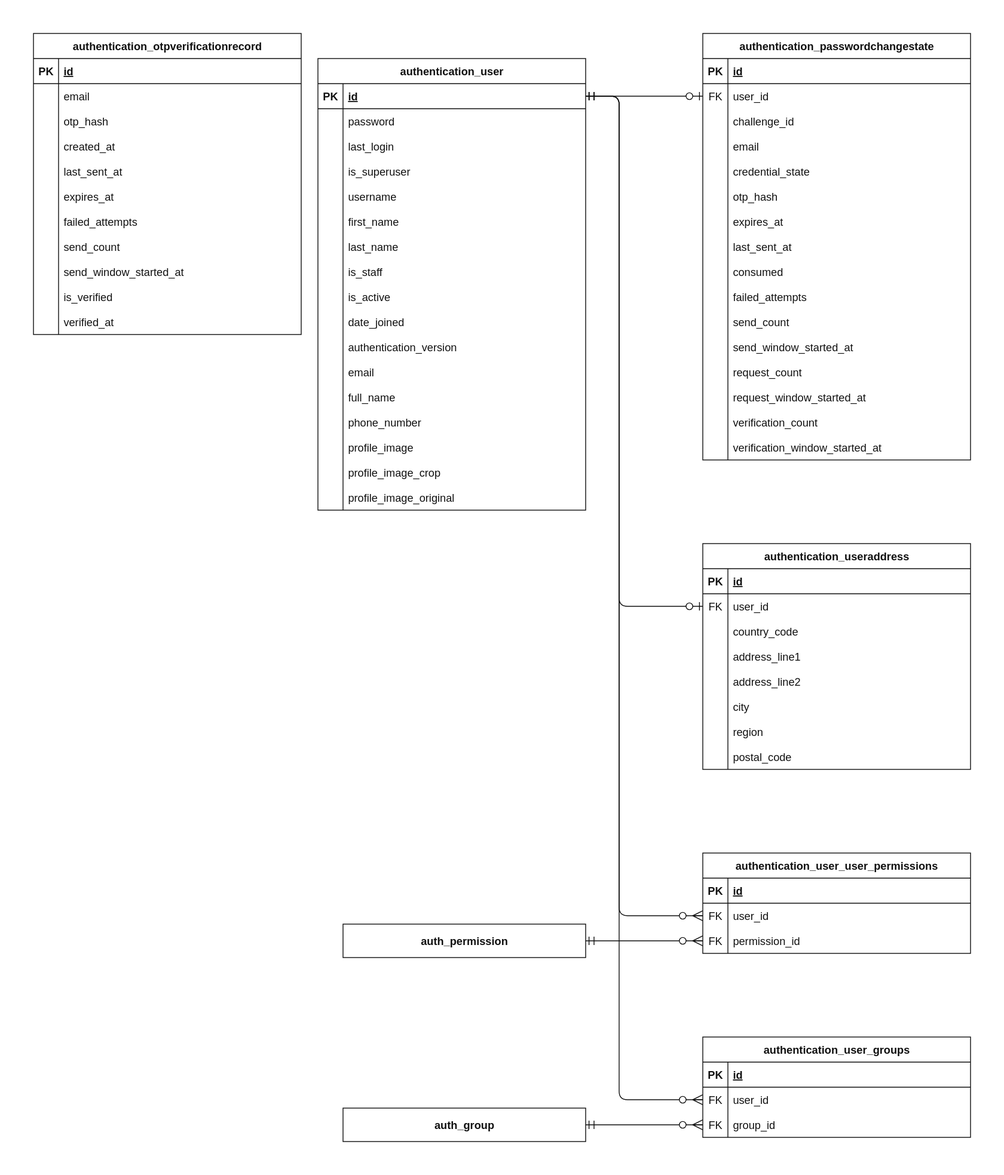
Earlier version of the draw.io export docs/erd/diagrams/authentication.drawio.svg (RHILIUS/E-Commerce-API). Source tidied: cells renumbered, new cells last; positions are measured from the earlier drawing's top-left corner, leaving out a move shared by most shapes.
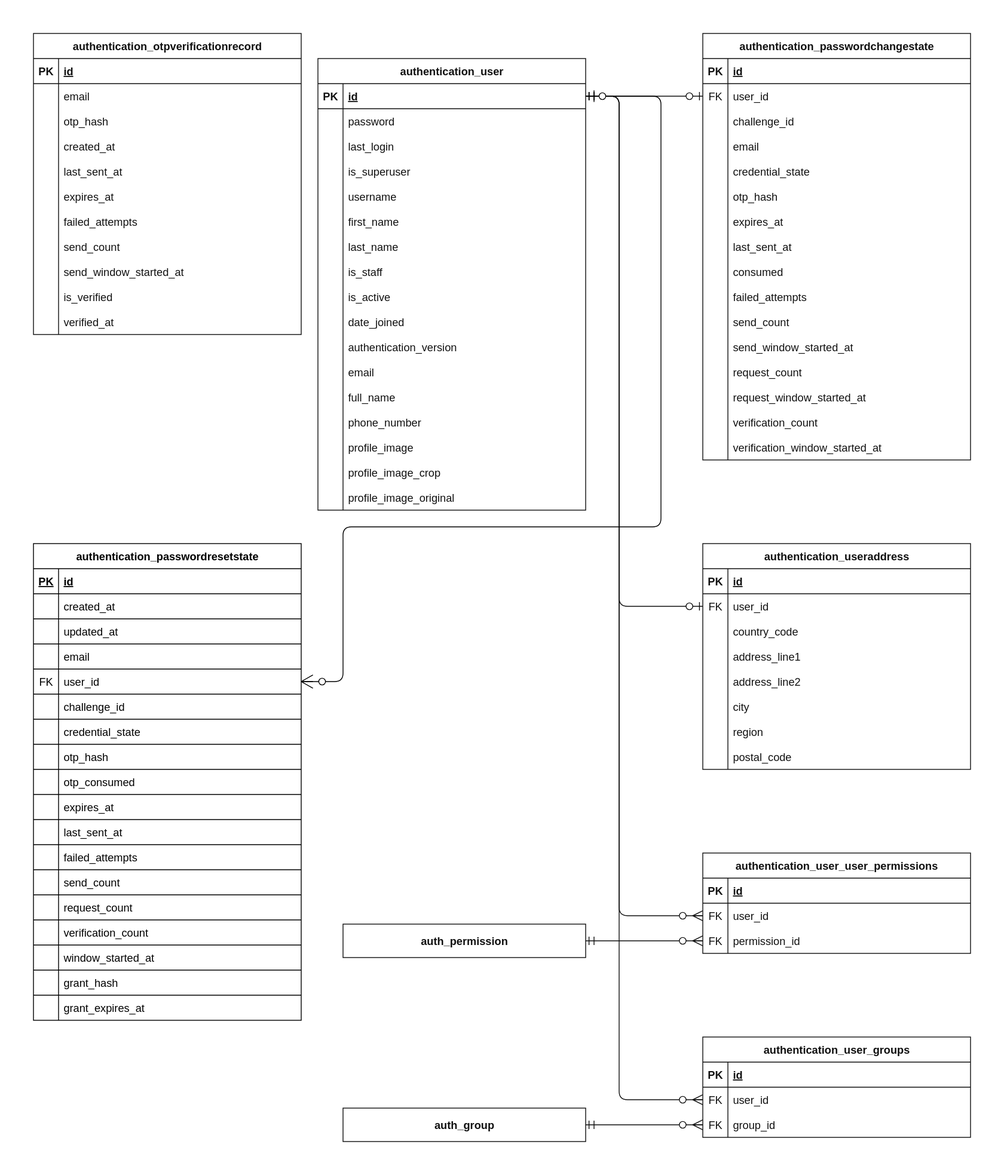
Above is the later version.

The edit, as a diff of the source:
```diff
@@ -581,5 +581,180 @@
     <mxCell id="189" style="edgeStyle=none;orthogonal=1;rounded=1;arcSize=20;html=1;startArrow=ERmandOne;endArrow=ERzeroToMany;startFill=0;endFill=0;exitX=1;exitY=0.5;exitDx=0;exitDy=0;entryX=0;entryY=0.5;entryDx=0;entryDy=0;" parent="1" edge="1" source="183" target="179">
       <mxGeometry relative="1" as="geometry" />
     </mxCell>
+    <mxCell id="190" value="authentication_passwordresetstate" style="shape=table;startSize=30;rowLines=0;fontStyle=1;align=center;html=1;fontSize=13;fontFamily=Helvetica;" parent="1" vertex="1">
+      <mxGeometry y="610" width="320" height="570" as="geometry" />
+    </mxCell>
+    <mxCell id="191" style="shape=tableRow;horizontal=0;startSize=0;swimlaneHead=0;swimlaneBody=0;fillColor=none;top=0;left=0;right=0;bottom=0;fontSize=13;fontFamily=Helvetica;" parent="190" vertex="1">
+      <mxGeometry y="30" width="320" height="30" as="geometry" />
+    </mxCell>
+    <mxCell id="192" value="PK" style="shape=partialRectangle;fillColor=none;top=0;left=0;bottom=0;right=0;overflow=hidden;whiteSpace=wrap;html=1;fontSize=13;fontFamily=Helvetica;fontStyle=5;" parent="191" vertex="1">
+      <mxGeometry width="30" height="30" as="geometry" />
+    </mxCell>
+    <mxCell id="193" value="id" style="shape=partialRectangle;fillColor=none;top=0;left=0;bottom=0;right=0;overflow=hidden;whiteSpace=wrap;html=1;align=left;spacingLeft=6;fontSize=13;fontFamily=Helvetica;fontStyle=5;" parent="191" vertex="1">
+      <mxGeometry x="30" width="290" height="30" as="geometry" />
+    </mxCell>
+    <mxCell id="194" style="shape=tableRow;horizontal=0;startSize=0;swimlaneHead=0;swimlaneBody=0;fillColor=none;top=0;left=0;right=0;bottom=0;fontSize=13;fontFamily=Helvetica;" parent="190" vertex="1">
+      <mxGeometry y="60" width="320" height="30" as="geometry" />
+    </mxCell>
+    <mxCell id="195" style="shape=partialRectangle;fillColor=none;top=0;left=0;bottom=0;right=0;overflow=hidden;whiteSpace=wrap;html=1;fontSize=13;fontFamily=Helvetica;" parent="194" vertex="1">
+      <mxGeometry width="30" height="30" as="geometry" />
+    </mxCell>
+    <mxCell id="196" value="created_at" style="shape=partialRectangle;fillColor=none;top=0;left=0;bottom=0;right=0;overflow=hidden;whiteSpace=wrap;html=1;align=left;spacingLeft=6;fontSize=13;fontFamily=Helvetica;" parent="194" vertex="1">
+      <mxGeometry x="30" width="290" height="30" as="geometry" />
+    </mxCell>
+    <mxCell id="197" style="shape=tableRow;horizontal=0;startSize=0;swimlaneHead=0;swimlaneBody=0;fillColor=none;top=0;left=0;right=0;bottom=0;fontSize=13;fontFamily=Helvetica;" parent="190" vertex="1">
+      <mxGeometry y="90" width="320" height="30" as="geometry" />
+    </mxCell>
+    <mxCell id="198" style="shape=partialRectangle;fillColor=none;top=0;left=0;bottom=0;right=0;overflow=hidden;whiteSpace=wrap;html=1;fontSize=13;fontFamily=Helvetica;" parent="197" vertex="1">
+      <mxGeometry width="30" height="30" as="geometry" />
+    </mxCell>
+    <mxCell id="199" value="updated_at" style="shape=partialRectangle;fillColor=none;top=0;left=0;bottom=0;right=0;overflow=hidden;whiteSpace=wrap;html=1;align=left;spacingLeft=6;fontSize=13;fontFamily=Helvetica;" parent="197" vertex="1">
+      <mxGeometry x="30" width="290" height="30" as="geometry" />
+    </mxCell>
+    <mxCell id="200" style="shape=tableRow;horizontal=0;startSize=0;swimlaneHead=0;swimlaneBody=0;fillColor=none;top=0;left=0;right=0;bottom=0;fontSize=13;fontFamily=Helvetica;" parent="190" vertex="1">
+      <mxGeometry y="120" width="320" height="30" as="geometry" />
+    </mxCell>
+    <mxCell id="201" style="shape=partialRectangle;fillColor=none;top=0;left=0;bottom=0;right=0;overflow=hidden;whiteSpace=wrap;html=1;fontSize=13;fontFamily=Helvetica;" parent="200" vertex="1">
+      <mxGeometry width="30" height="30" as="geometry" />
+    </mxCell>
+    <mxCell id="202" value="email" style="shape=partialRectangle;fillColor=none;top=0;left=0;bottom=0;right=0;overflow=hidden;whiteSpace=wrap;html=1;align=left;spacingLeft=6;fontSize=13;fontFamily=Helvetica;" parent="200" vertex="1">
+      <mxGeometry x="30" width="290" height="30" as="geometry" />
+    </mxCell>
+    <mxCell id="203" style="shape=tableRow;horizontal=0;startSize=0;swimlaneHead=0;swimlaneBody=0;fillColor=none;points=[[0,0.5],[1,0.5]];portConstraint=eastwest;top=0;left=0;right=0;bottom=0;fontSize=13;fontFamily=Helvetica;" parent="190" vertex="1">
+      <mxGeometry y="150" width="320" height="30" as="geometry" />
+    </mxCell>
+    <mxCell id="204" value="FK" style="shape=partialRectangle;fillColor=none;top=0;left=0;bottom=0;right=0;overflow=hidden;whiteSpace=wrap;html=1;fontSize=13;fontFamily=Helvetica;" parent="203" vertex="1">
+      <mxGeometry width="30" height="30" as="geometry" />
+    </mxCell>
+    <mxCell id="205" value="user_id" style="shape=partialRectangle;fillColor=none;top=0;left=0;bottom=0;right=0;overflow=hidden;whiteSpace=wrap;html=1;align=left;spacingLeft=6;fontSize=13;fontFamily=Helvetica;" parent="203" vertex="1">
+      <mxGeometry x="30" width="290" height="30" as="geometry" />
+    </mxCell>
+    <mxCell id="206" style="shape=tableRow;horizontal=0;startSize=0;swimlaneHead=0;swimlaneBody=0;fillColor=none;top=0;left=0;right=0;bottom=0;fontSize=13;fontFamily=Helvetica;" parent="190" vertex="1">
+      <mxGeometry y="180" width="320" height="30" as="geometry" />
+    </mxCell>
+    <mxCell id="207" style="shape=partialRectangle;fillColor=none;top=0;left=0;bottom=0;right=0;overflow=hidden;whiteSpace=wrap;html=1;fontSize=13;fontFamily=Helvetica;" parent="206" vertex="1">
+      <mxGeometry width="30" height="30" as="geometry" />
+    </mxCell>
+    <mxCell id="208" value="challenge_id" style="shape=partialRectangle;fillColor=none;top=0;left=0;bottom=0;right=0;overflow=hidden;whiteSpace=wrap;html=1;align=left;spacingLeft=6;fontSize=13;fontFamily=Helvetica;" parent="206" vertex="1">
+      <mxGeometry x="30" width="290" height="30" as="geometry" />
+    </mxCell>
+    <mxCell id="209" style="shape=tableRow;horizontal=0;startSize=0;swimlaneHead=0;swimlaneBody=0;fillColor=none;top=0;left=0;right=0;bottom=0;fontSize=13;fontFamily=Helvetica;" parent="190" vertex="1">
+      <mxGeometry y="210" width="320" height="30" as="geometry" />
+    </mxCell>
+    <mxCell id="210" style="shape=partialRectangle;fillColor=none;top=0;left=0;bottom=0;right=0;overflow=hidden;whiteSpace=wrap;html=1;fontSize=13;fontFamily=Helvetica;" parent="209" vertex="1">
+      <mxGeometry width="30" height="30" as="geometry" />
+    </mxCell>
+    <mxCell id="211" value="credential_state" style="shape=partialRectangle;fillColor=none;top=0;left=0;bottom=0;right=0;overflow=hidden;whiteSpace=wrap;html=1;align=left;spacingLeft=6;fontSize=13;fontFamily=Helvetica;" parent="209" vertex="1">
+      <mxGeometry x="30" width="290" height="30" as="geometry" />
+    </mxCell>
+    <mxCell id="212" style="shape=tableRow;horizontal=0;startSize=0;swimlaneHead=0;swimlaneBody=0;fillColor=none;top=0;left=0;right=0;bottom=0;fontSize=13;fontFamily=Helvetica;" parent="190" vertex="1">
+      <mxGeometry y="240" width="320" height="30" as="geometry" />
+    </mxCell>
+    <mxCell id="213" style="shape=partialRectangle;fillColor=none;top=0;left=0;bottom=0;right=0;overflow=hidden;whiteSpace=wrap;html=1;fontSize=13;fontFamily=Helvetica;" parent="212" vertex="1">
+      <mxGeometry width="30" height="30" as="geometry" />
+    </mxCell>
+    <mxCell id="214" value="otp_hash" style="shape=partialRectangle;fillColor=none;top=0;left=0;bottom=0;right=0;overflow=hidden;whiteSpace=wrap;html=1;align=left;spacingLeft=6;fontSize=13;fontFamily=Helvetica;" parent="212" vertex="1">
+      <mxGeometry x="30" width="290" height="30" as="geometry" />
+    </mxCell>
+    <mxCell id="215" style="shape=tableRow;horizontal=0;startSize=0;swimlaneHead=0;swimlaneBody=0;fillColor=none;top=0;left=0;right=0;bottom=0;fontSize=13;fontFamily=Helvetica;" parent="190" vertex="1">
+      <mxGeometry y="270" width="320" height="30" as="geometry" />
+    </mxCell>
+    <mxCell id="216" style="shape=partialRectangle;fillColor=none;top=0;left=0;bottom=0;right=0;overflow=hidden;whiteSpace=wrap;html=1;fontSize=13;fontFamily=Helvetica;" parent="215" vertex="1">
+      <mxGeometry width="30" height="30" as="geometry" />
+    </mxCell>
+    <mxCell id="217" value="otp_consumed" style="shape=partialRectangle;fillColor=none;top=0;left=0;bottom=0;right=0;overflow=hidden;whiteSpace=wrap;html=1;align=left;spacingLeft=6;fontSize=13;fontFamily=Helvetica;" parent="215" vertex="1">
+      <mxGeometry x="30" width="290" height="30" as="geometry" />
+    </mxCell>
+    <mxCell id="218" style="shape=tableRow;horizontal=0;startSize=0;swimlaneHead=0;swimlaneBody=0;fillColor=none;top=0;left=0;right=0;bottom=0;fontSize=13;fontFamily=Helvetica;" parent="190" vertex="1">
+      <mxGeometry y="300" width="320" height="30" as="geometry" />
+    </mxCell>
+    <mxCell id="219" style="shape=partialRectangle;fillColor=none;top=0;left=0;bottom=0;right=0;overflow=hidden;whiteSpace=wrap;html=1;fontSize=13;fontFamily=Helvetica;" parent="218" vertex="1">
+      <mxGeometry width="30" height="30" as="geometry" />
+    </mxCell>
+    <mxCell id="220" value="expires_at" style="shape=partialRectangle;fillColor=none;top=0;left=0;bottom=0;right=0;overflow=hidden;whiteSpace=wrap;html=1;align=left;spacingLeft=6;fontSize=13;fontFamily=Helvetica;" parent="218" vertex="1">
+      <mxGeometry x="30" width="290" height="30" as="geometry" />
+    </mxCell>
+    <mxCell id="221" style="shape=tableRow;horizontal=0;startSize=0;swimlaneHead=0;swimlaneBody=0;fillColor=none;top=0;left=0;right=0;bottom=0;fontSize=13;fontFamily=Helvetica;" parent="190" vertex="1">
+      <mxGeometry y="330" width="320" height="30" as="geometry" />
+    </mxCell>
+    <mxCell id="222" style="shape=partialRectangle;fillColor=none;top=0;left=0;bottom=0;right=0;overflow=hidden;whiteSpace=wrap;html=1;fontSize=13;fontFamily=Helvetica;" parent="221" vertex="1">
+      <mxGeometry width="30" height="30" as="geometry" />
+    </mxCell>
+    <mxCell id="223" value="last_sent_at" style="shape=partialRectangle;fillColor=none;top=0;left=0;bottom=0;right=0;overflow=hidden;whiteSpace=wrap;html=1;align=left;spacingLeft=6;fontSize=13;fontFamily=Helvetica;" parent="221" vertex="1">
+      <mxGeometry x="30" width="290" height="30" as="geometry" />
+    </mxCell>
+    <mxCell id="224" style="shape=tableRow;horizontal=0;startSize=0;swimlaneHead=0;swimlaneBody=0;fillColor=none;top=0;left=0;right=0;bottom=0;fontSize=13;fontFamily=Helvetica;" parent="190" vertex="1">
+      <mxGeometry y="360" width="320" height="30" as="geometry" />
+    </mxCell>
+    <mxCell id="225" style="shape=partialRectangle;fillColor=none;top=0;left=0;bottom=0;right=0;overflow=hidden;whiteSpace=wrap;html=1;fontSize=13;fontFamily=Helvetica;" parent="224" vertex="1">
+      <mxGeometry width="30" height="30" as="geometry" />
+    </mxCell>
+    <mxCell id="226" value="failed_attempts" style="shape=partialRectangle;fillColor=none;top=0;left=0;bottom=0;right=0;overflow=hidden;whiteSpace=wrap;html=1;align=left;spacingLeft=6;fontSize=13;fontFamily=Helvetica;" parent="224" vertex="1">
+      <mxGeometry x="30" width="290" height="30" as="geometry" />
+    </mxCell>
+    <mxCell id="227" style="shape=tableRow;horizontal=0;startSize=0;swimlaneHead=0;swimlaneBody=0;fillColor=none;top=0;left=0;right=0;bottom=0;fontSize=13;fontFamily=Helvetica;" parent="190" vertex="1">
+      <mxGeometry y="390" width="320" height="30" as="geometry" />
+    </mxCell>
+    <mxCell id="228" style="shape=partialRectangle;fillColor=none;top=0;left=0;bottom=0;right=0;overflow=hidden;whiteSpace=wrap;html=1;fontSize=13;fontFamily=Helvetica;" parent="227" vertex="1">
+      <mxGeometry width="30" height="30" as="geometry" />
+    </mxCell>
+    <mxCell id="229" value="send_count" style="shape=partialRectangle;fillColor=none;top=0;left=0;bottom=0;right=0;overflow=hidden;whiteSpace=wrap;html=1;align=left;spacingLeft=6;fontSize=13;fontFamily=Helvetica;" parent="227" vertex="1">
+      <mxGeometry x="30" width="290" height="30" as="geometry" />
+    </mxCell>
+    <mxCell id="230" style="shape=tableRow;horizontal=0;startSize=0;swimlaneHead=0;swimlaneBody=0;fillColor=none;top=0;left=0;right=0;bottom=0;fontSize=13;fontFamily=Helvetica;" parent="190" vertex="1">
+      <mxGeometry y="420" width="320" height="30" as="geometry" />
+    </mxCell>
+    <mxCell id="231" style="shape=partialRectangle;fillColor=none;top=0;left=0;bottom=0;right=0;overflow=hidden;whiteSpace=wrap;html=1;fontSize=13;fontFamily=Helvetica;" parent="230" vertex="1">
+      <mxGeometry width="30" height="30" as="geometry" />
+    </mxCell>
+    <mxCell id="232" value="request_count" style="shape=partialRectangle;fillColor=none;top=0;left=0;bottom=0;right=0;overflow=hidden;whiteSpace=wrap;html=1;align=left;spacingLeft=6;fontSize=13;fontFamily=Helvetica;" parent="230" vertex="1">
+      <mxGeometry x="30" width="290" height="30" as="geometry" />
+    </mxCell>
+    <mxCell id="233" style="shape=tableRow;horizontal=0;startSize=0;swimlaneHead=0;swimlaneBody=0;fillColor=none;top=0;left=0;right=0;bottom=0;fontSize=13;fontFamily=Helvetica;" parent="190" vertex="1">
+      <mxGeometry y="450" width="320" height="30" as="geometry" />
+    </mxCell>
+    <mxCell id="234" style="shape=partialRectangle;fillColor=none;top=0;left=0;bottom=0;right=0;overflow=hidden;whiteSpace=wrap;html=1;fontSize=13;fontFamily=Helvetica;" parent="233" vertex="1">
+      <mxGeometry width="30" height="30" as="geometry" />
+    </mxCell>
+    <mxCell id="235" value="verification_count" style="shape=partialRectangle;fillColor=none;top=0;left=0;bottom=0;right=0;overflow=hidden;whiteSpace=wrap;html=1;align=left;spacingLeft=6;fontSize=13;fontFamily=Helvetica;" parent="233" vertex="1">
+      <mxGeometry x="30" width="290" height="30" as="geometry" />
+    </mxCell>
+    <mxCell id="236" style="shape=tableRow;horizontal=0;startSize=0;swimlaneHead=0;swimlaneBody=0;fillColor=none;top=0;left=0;right=0;bottom=0;fontSize=13;fontFamily=Helvetica;" parent="190" vertex="1">
+      <mxGeometry y="480" width="320" height="30" as="geometry" />
+    </mxCell>
+    <mxCell id="237" style="shape=partialRectangle;fillColor=none;top=0;left=0;bottom=0;right=0;overflow=hidden;whiteSpace=wrap;html=1;fontSize=13;fontFamily=Helvetica;" parent="236" vertex="1">
+      <mxGeometry width="30" height="30" as="geometry" />
+    </mxCell>
+    <mxCell id="238" value="window_started_at" style="shape=partialRectangle;fillColor=none;top=0;left=0;bottom=0;right=0;overflow=hidden;whiteSpace=wrap;html=1;align=left;spacingLeft=6;fontSize=13;fontFamily=Helvetica;" parent="236" vertex="1">
+      <mxGeometry x="30" width="290" height="30" as="geometry" />
+    </mxCell>
+    <mxCell id="239" style="shape=tableRow;horizontal=0;startSize=0;swimlaneHead=0;swimlaneBody=0;fillColor=none;top=0;left=0;right=0;bottom=0;fontSize=13;fontFamily=Helvetica;" parent="190" vertex="1">
+      <mxGeometry y="510" width="320" height="30" as="geometry" />
+    </mxCell>
+    <mxCell id="240" style="shape=partialRectangle;fillColor=none;top=0;left=0;bottom=0;right=0;overflow=hidden;whiteSpace=wrap;html=1;fontSize=13;fontFamily=Helvetica;" parent="239" vertex="1">
+      <mxGeometry width="30" height="30" as="geometry" />
+    </mxCell>
+    <mxCell id="241" value="grant_hash" style="shape=partialRectangle;fillColor=none;top=0;left=0;bottom=0;right=0;overflow=hidden;whiteSpace=wrap;html=1;align=left;spacingLeft=6;fontSize=13;fontFamily=Helvetica;" parent="239" vertex="1">
+      <mxGeometry x="30" width="290" height="30" as="geometry" />
+    </mxCell>
+    <mxCell id="242" style="shape=tableRow;horizontal=0;startSize=0;swimlaneHead=0;swimlaneBody=0;fillColor=none;top=0;left=0;right=0;bottom=0;fontSize=13;fontFamily=Helvetica;" parent="190" vertex="1">
+      <mxGeometry y="540" width="320" height="30" as="geometry" />
+    </mxCell>
+    <mxCell id="243" style="shape=partialRectangle;fillColor=none;top=0;left=0;bottom=0;right=0;overflow=hidden;whiteSpace=wrap;html=1;fontSize=13;fontFamily=Helvetica;" parent="242" vertex="1">
+      <mxGeometry width="30" height="30" as="geometry" />
+    </mxCell>
+    <mxCell id="244" value="grant_expires_at" style="shape=partialRectangle;fillColor=none;top=0;left=0;bottom=0;right=0;overflow=hidden;whiteSpace=wrap;html=1;align=left;spacingLeft=6;fontSize=13;fontFamily=Helvetica;" parent="242" vertex="1">
+      <mxGeometry x="30" width="290" height="30" as="geometry" />
+    </mxCell>
+    <mxCell id="245" style="edgeStyle=none;orthogonal=1;rounded=1;arcSize=20;startArrow=ERzeroToOne;endArrow=ERzeroToMany;startFill=0;endFill=0;exitX=1;exitY=0.5;entryX=1;entryY=0.5;" parent="1" edge="1" source="37" target="203">
+      <mxGeometry relative="1" as="geometry">
+        <Array as="points">
+          <mxPoint x="750" y="75" />
+          <mxPoint x="750" y="590" />
+          <mxPoint x="370" y="590" />
+          <mxPoint x="370" y="775" />
+        </Array>
+      </mxGeometry>
+    </mxCell>
   </root>
 </mxGraphModel>
```
